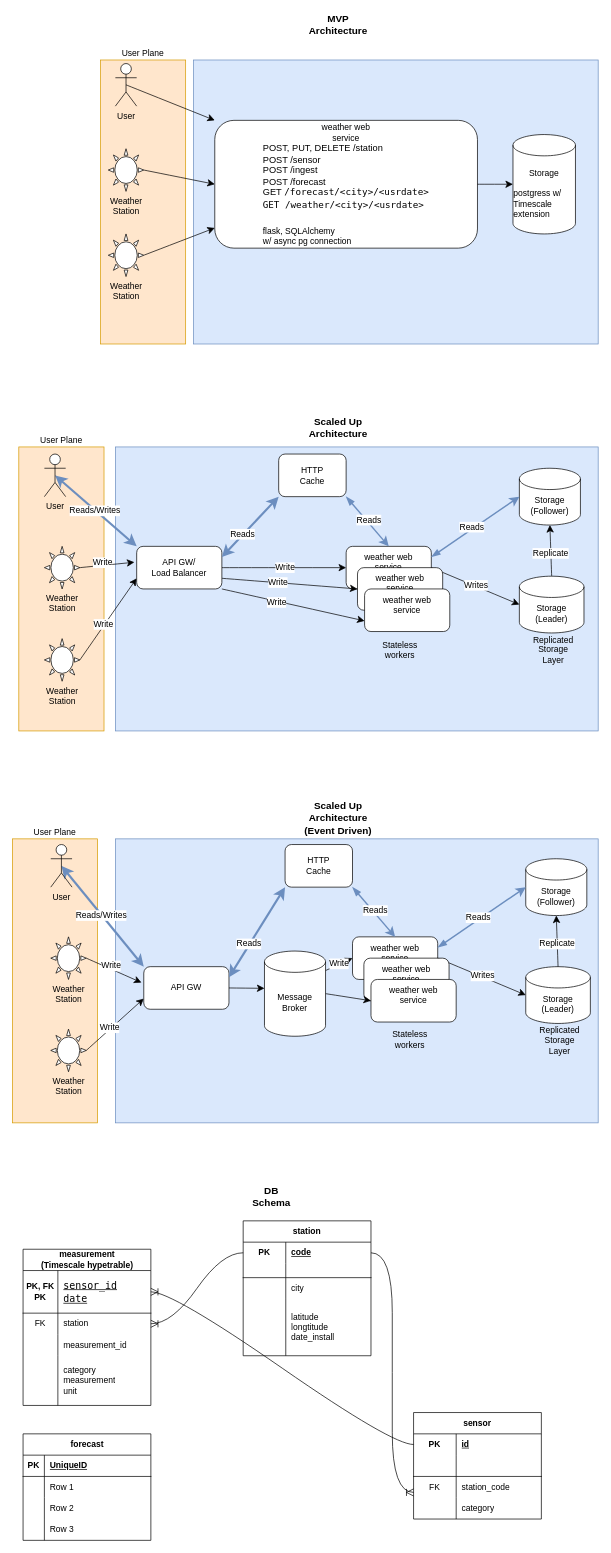
Before: docs/architecture.drawio in zerogvt/weather-station, a draw.io diagram. Source tidied: cells renumbered, new cells numbered last; positions are measured from the earlier drawing's top-left corner, leaving out a move shared by most shapes. Both pictures are drawn from the tidied source at 71%, with x=0, y=0 at pixel (12, 13).
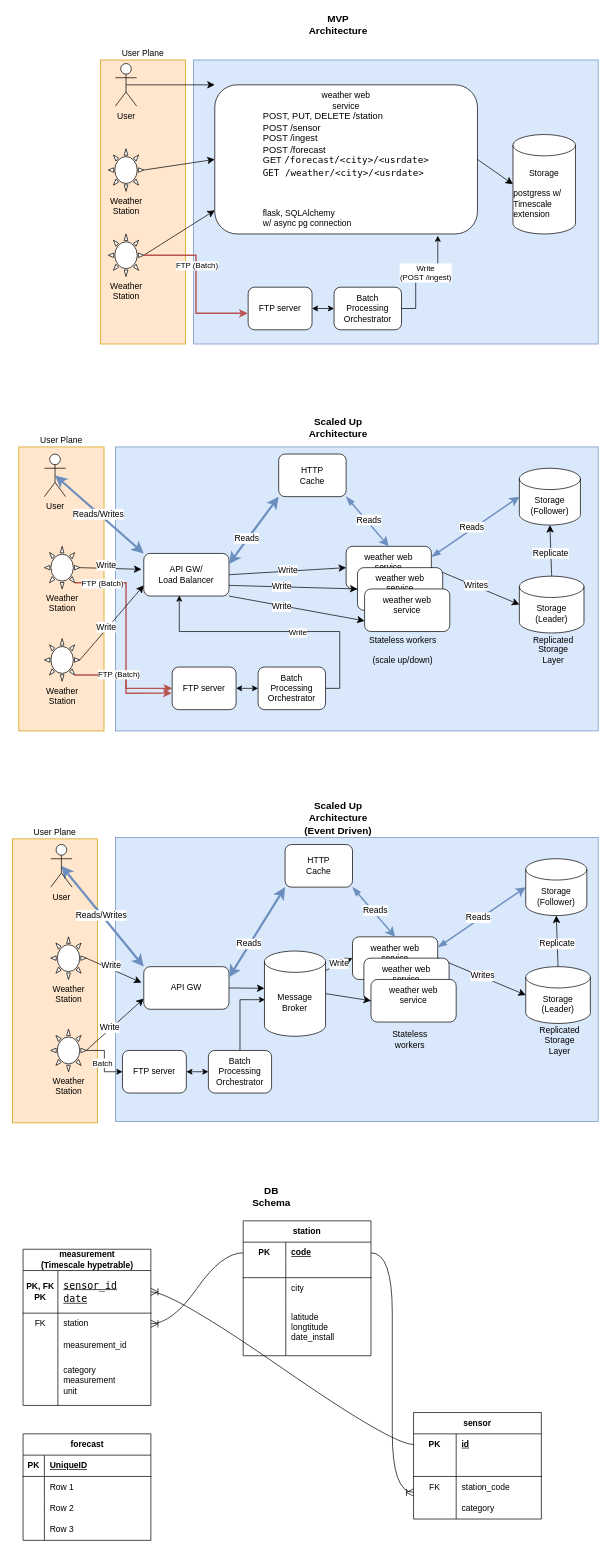
The same page after the edit.

Unchanged cells that the change refers to:
```xml
<mxCell id="16" value="Weather&lt;div&gt;Station&lt;/div&gt;" style="verticalLabelPosition=bottom;verticalAlign=top;html=1;shape=mxgraph.basic.sun;" parent="1" vertex="1">
  <mxGeometry x="135" y="310" width="50" height="60" as="geometry" />
</mxCell>
<mxCell id="27" value="Weather&lt;div&gt;Station&lt;/div&gt;" style="verticalLabelPosition=bottom;verticalAlign=top;html=1;shape=mxgraph.basic.sun;" parent="1" vertex="1">
  <mxGeometry x="45" y="750" width="50" height="60" as="geometry" />
</mxCell>
<mxCell id="30" value="Weather&lt;div&gt;Station&lt;/div&gt;" style="verticalLabelPosition=bottom;verticalAlign=top;html=1;shape=mxgraph.basic.sun;" parent="1" vertex="1">
  <mxGeometry x="45" y="880" width="50" height="60" as="geometry" />
</mxCell>
<mxCell id="65" value="Weather&lt;div&gt;Station&lt;/div&gt;" style="verticalLabelPosition=bottom;verticalAlign=top;html=1;shape=mxgraph.basic.sun;" parent="1" vertex="1">
  <mxGeometry x="54" y="1430" width="50" height="60" as="geometry" />
</mxCell>
<mxCell id="85" value="Message Broker" style="shape=cylinder3;whiteSpace=wrap;html=1;boundedLbl=1;backgroundOutline=1;size=15;" parent="1" vertex="1">
  <mxGeometry x="355" y="1320" width="86" height="120" as="geometry" />
</mxCell>
```

The edit, as a diff of the source:
```diff
@@
+    <mxCell id="6" style="rounded=0;whiteSpace=wrap;html=1;fillColor=#dae8fc;strokeColor=#6c8ebf;" parent="1" vertex="1">
+      <mxGeometry x="145" y="610" width="680" height="400" as="geometry" />
+    </mxCell>
+    <mxCell id="143" style="rounded=0;whiteSpace=wrap;html=1;fillColor=#dae8fc;strokeColor=#6c8ebf;" parent="1" vertex="1">
+      <mxGeometry x="145" y="1160" width="680" height="400" as="geometry" />
+    </mxCell>
+    <mxCell id="7" value="User Plane" style="rounded=0;whiteSpace=wrap;html=1;labelPosition=center;verticalLabelPosition=top;align=center;verticalAlign=bottom;fillColor=#ffe6cc;strokeColor=#d79b00;" parent="1" vertex="1">
+      <mxGeometry x="9" y="610" width="120" height="400" as="geometry" />
+    </mxCell>
@@
-    <mxCell id="3" style="rounded=0;whiteSpace=wrap;html=1;fillColor=#dae8fc;strokeColor=#6c8ebf;" parent="1" vertex="1">
-      <mxGeometry x="145" y="1162" width="680" height="400" as="geometry" />
-    </mxCell>
@@
-    <mxCell id="6" style="rounded=0;whiteSpace=wrap;html=1;fillColor=#dae8fc;strokeColor=#6c8ebf;" parent="1" vertex="1">
-      <mxGeometry x="145" y="610" width="680" height="400" as="geometry" />
-    </mxCell>
-    <mxCell id="7" value="User Plane" style="rounded=0;whiteSpace=wrap;html=1;labelPosition=center;verticalLabelPosition=top;align=center;verticalAlign=bottom;fillColor=#ffe6cc;strokeColor=#d79b00;" parent="1" vertex="1">
-      <mxGeometry x="9" y="610" width="120" height="400" as="geometry" />
-    </mxCell>
@@
-    <mxCell id="9" value="&lt;font style=&quot;color: rgb(0, 0, 0);&quot;&gt;weather web&lt;/font&gt;&lt;div&gt;&lt;font style=&quot;color: rgb(0, 0, 0);&quot;&gt;service&lt;br&gt;&lt;/font&gt;&lt;div style=&quot;text-align: left;&quot;&gt;&lt;font style=&quot;font-size: 13px; color: rgb(0, 0, 0);&quot;&gt;POST, PUT, DELETE /station&lt;/font&gt;&lt;/div&gt;&lt;div style=&quot;text-align: left;&quot;&gt;&lt;font style=&quot;font-size: 13px; color: rgb(0, 0, 0);&quot;&gt;POST /sensor&lt;/font&gt;&lt;/div&gt;&lt;div style=&quot;text-align: left;&quot;&gt;&lt;font style=&quot;font-size: 13px; color: rgb(0, 0, 0);&quot;&gt;POST /ingest&lt;/font&gt;&lt;/div&gt;&lt;/div&gt;&lt;div style=&quot;text-align: left;&quot;&gt;&lt;font style=&quot;font-size: 13px; color: rgb(0, 0, 0);&quot;&gt;POST /forecast&lt;/font&gt;&lt;/div&gt;&lt;div style=&quot;text-align: left;&quot;&gt;&lt;font style=&quot;font-size: 13px;&quot;&gt;GET&amp;nbsp;&lt;span style=&quot;background-color: rgb(255, 255, 255); font-family: &amp;quot;Droid Sans Mono&amp;quot;, &amp;quot;monospace&amp;quot;, monospace; white-space: pre;&quot;&gt;/forecast/&amp;lt;city&amp;gt;/&amp;lt;usrdate&amp;gt;&lt;/span&gt;&lt;/font&gt;&lt;/div&gt;&lt;div&gt;&lt;span style=&quot;background-color: rgb(255, 255, 255); font-family: &amp;quot;Droid Sans Mono&amp;quot;, &amp;quot;monospace&amp;quot;, monospace; white-space: pre;&quot;&gt;&lt;div style=&quot;text-align: left; line-height: 19px;&quot;&gt;&lt;font style=&quot;font-size: 13px; color: rgb(0, 0, 0);&quot;&gt;GET /weather/&amp;lt;city&amp;gt;/&amp;lt;usrdate&amp;gt;&lt;/font&gt;&lt;/div&gt;&lt;div style=&quot;color: rgb(0, 0, 0); text-align: left; line-height: 19px;&quot;&gt;&lt;span style=&quot;color: rgb(163, 21, 21);&quot;&gt;&lt;br&gt;&lt;/span&gt;&lt;/div&gt;&lt;/span&gt;&lt;/div&gt;&lt;div style=&quot;text-align: left;&quot;&gt;flask, SQLAlchemy&amp;nbsp;&lt;/div&gt;&lt;div style=&quot;text-align: left;&quot;&gt;w/ async pg connection&lt;/div&gt;" style="rounded=1;whiteSpace=wrap;html=1;" parent="1" vertex="1">
-      <mxGeometry x="285" y="150" width="370" height="180" as="geometry" />
+    <mxCell id="9" value="&lt;font style=&quot;color: rgb(0, 0, 0);&quot;&gt;weather web&lt;/font&gt;&lt;div&gt;&lt;font style=&quot;color: rgb(0, 0, 0);&quot;&gt;service&lt;br&gt;&lt;/font&gt;&lt;div style=&quot;text-align: left;&quot;&gt;&lt;font style=&quot;font-size: 13px; color: rgb(0, 0, 0);&quot;&gt;POST, PUT, DELETE /station&lt;/font&gt;&lt;/div&gt;&lt;div style=&quot;text-align: left;&quot;&gt;&lt;font style=&quot;font-size: 13px; color: rgb(0, 0, 0);&quot;&gt;POST /sensor&lt;/font&gt;&lt;/div&gt;&lt;div style=&quot;text-align: left;&quot;&gt;&lt;font style=&quot;font-size: 13px; color: rgb(0, 0, 0);&quot;&gt;POST /ingest&lt;/font&gt;&lt;/div&gt;&lt;/div&gt;&lt;div style=&quot;text-align: left;&quot;&gt;&lt;span style=&quot;color: light-dark(rgb(0, 0, 0), rgb(237, 237, 237)); font-size: 13px; background-color: transparent;&quot;&gt;POST /forecast&lt;/span&gt;&lt;/div&gt;&lt;div style=&quot;text-align: left;&quot;&gt;&lt;font style=&quot;font-size: 13px;&quot;&gt;GET&amp;nbsp;&lt;span style=&quot;background-color: rgb(255, 255, 255); font-family: &amp;quot;Droid Sans Mono&amp;quot;, &amp;quot;monospace&amp;quot;, monospace; white-space: pre;&quot;&gt;/forecast/&amp;lt;city&amp;gt;/&amp;lt;usrdate&amp;gt;&lt;/span&gt;&lt;/font&gt;&lt;/div&gt;&lt;div&gt;&lt;span style=&quot;background-color: rgb(255, 255, 255); font-family: &amp;quot;Droid Sans Mono&amp;quot;, &amp;quot;monospace&amp;quot;, monospace; white-space: pre;&quot;&gt;&lt;div style=&quot;text-align: left; line-height: 19px;&quot;&gt;&lt;font style=&quot;font-size: 13px; color: rgb(0, 0, 0);&quot;&gt;GET /weather/&amp;lt;city&amp;gt;/&amp;lt;usrdate&amp;gt;&lt;/font&gt;&lt;/div&gt;&lt;div style=&quot;text-align: left; line-height: 19px;&quot;&gt;&lt;font style=&quot;font-size: 13px; color: rgb(0, 0, 0);&quot;&gt;&lt;br&gt;&lt;/font&gt;&lt;/div&gt;&lt;div style=&quot;color: rgb(0, 0, 0); text-align: left; line-height: 19px;&quot;&gt;&lt;span style=&quot;color: rgb(163, 21, 21);&quot;&gt;&lt;br&gt;&lt;/span&gt;&lt;/div&gt;&lt;/span&gt;&lt;/div&gt;&lt;div style=&quot;text-align: left;&quot;&gt;flask, SQLAlchemy&amp;nbsp;&lt;/div&gt;&lt;div style=&quot;text-align: left;&quot;&gt;w/ async pg connection&lt;/div&gt;" style="rounded=1;whiteSpace=wrap;html=1;" parent="1" vertex="1">
+      <mxGeometry x="285" y="100" width="370" height="210" as="geometry" />
     </mxCell>
@@
+    <mxCell id="144" style="edgeStyle=orthogonalEdgeStyle;rounded=0;jettySize=auto;html=1;exitX=0.855;exitY=0.855;exitDx=0;exitDy=0;exitPerimeter=0;entryX=0;entryY=0.5;entryDx=0;entryDy=0;fillColor=#f8cecc;strokeColor=#b85450;strokeWidth=2;" parent="1" edge="1" source="27" target="147">
+      <mxGeometry relative="1" as="geometry" />
+    </mxCell>
+    <mxCell id="145" value="FTP (Batch)" style="edgeLabel;html=1;align=center;verticalAlign=middle;" parent="144" vertex="1">
+      <mxGeometry x="-0.73" y="-1" relative="1" as="geometry" />
+    </mxCell>
@@
     <mxCell id="39" value="API GW/&lt;div&gt;Load Balancer&lt;/div&gt;" style="rounded=1;whiteSpace=wrap;html=1;" parent="1" vertex="1">
-      <mxGeometry x="175" y="750" width="120" height="60" as="geometry" />
+      <mxGeometry x="185" y="760" width="120" height="60" as="geometry" />
     </mxCell>
-    <mxCell id="40" value="Stateless workers" style="text;html=1;align=center;verticalAlign=middle;whiteSpace=wrap;rounded=0;" parent="1" vertex="1">
-      <mxGeometry x="516" y="881" width="60" height="30" as="geometry" />
+    <mxCell id="40" value="Stateless workers&lt;div&gt;&lt;br&gt;&lt;/div&gt;&lt;div&gt;(scale up/down)&lt;/div&gt;" style="text;html=1;align=center;verticalAlign=middle;whiteSpace=wrap;rounded=0;" parent="1" vertex="1">
+      <mxGeometry x="475" y="881" width="150" height="30" as="geometry" />
     </mxCell>
@@
+    <mxCell id="146" style="edgeStyle=orthogonalEdgeStyle;rounded=0;jettySize=auto;html=1;exitX=1;exitY=0.5;exitDx=0;exitDy=0;entryX=0;entryY=0.5;entryDx=0;entryDy=0;startArrow=classic;startFill=1;" parent="1" edge="1" source="147" target="152">
+      <mxGeometry relative="1" as="geometry" />
+    </mxCell>
+    <mxCell id="147" value="FTP server" style="rounded=1;whiteSpace=wrap;html=1;" parent="1" vertex="1">
+      <mxGeometry x="225" y="920" width="90" height="60" as="geometry" />
+    </mxCell>
+    <mxCell id="148" style="edgeStyle=orthogonalEdgeStyle;rounded=0;jettySize=auto;html=1;exitX=0.855;exitY=0.855;exitDx=0;exitDy=0;exitPerimeter=0;entryX=-0.008;entryY=0.613;entryDx=0;entryDy=0;entryPerimeter=0;fillColor=#f8cecc;strokeColor=#b85450;strokeWidth=2;" parent="1" edge="1" source="30" target="147">
+      <mxGeometry relative="1" as="geometry" />
+    </mxCell>
+    <mxCell id="149" value="FTP (Batch)" style="edgeLabel;html=1;align=center;verticalAlign=middle;" parent="148" vertex="1">
+      <mxGeometry x="-0.23" y="1" relative="1" as="geometry" />
+    </mxCell>
+    <mxCell id="150" style="edgeStyle=orthogonalEdgeStyle;rounded=0;jettySize=auto;html=1;exitX=1;exitY=0.5;exitDx=0;exitDy=0;entryX=0.417;entryY=0.989;entryDx=0;entryDy=0;entryPerimeter=0;" parent="1" edge="1" source="152" target="39">
+      <mxGeometry relative="1" as="geometry" />
+    </mxCell>
+    <mxCell id="151" value="Write" style="edgeLabel;html=1;align=center;verticalAlign=middle;" parent="150" vertex="1">
+      <mxGeometry x="-0.15" y="1" relative="1" as="geometry" />
+    </mxCell>
+    <mxCell id="152" value="Batch Processing Orchestrator" style="rounded=1;whiteSpace=wrap;html=1;" parent="1" vertex="1">
+      <mxGeometry x="346" y="920" width="95" height="60" as="geometry" />
+    </mxCell>
+    <mxCell id="153" value="FTP server" style="rounded=1;whiteSpace=wrap;html=1;" parent="1" vertex="1">
+      <mxGeometry x="155" y="1460" width="90" height="60" as="geometry" />
+    </mxCell>
+    <mxCell id="154" value="Batch Processing Orchestrator" style="rounded=1;whiteSpace=wrap;html=1;" parent="1" vertex="1">
+      <mxGeometry x="276" y="1460" width="89" height="60" as="geometry" />
+    </mxCell>
+    <mxCell id="155" style="edgeStyle=orthogonalEdgeStyle;rounded=0;orthogonalLoop=1;jettySize=auto;html=1;exitX=1;exitY=0.5;exitDx=0;exitDy=0;entryX=0;entryY=0.5;entryDx=0;entryDy=0;startArrow=classic;startFill=1;" parent="1" edge="1">
+      <mxGeometry relative="1" as="geometry">
+        <mxPoint x="245" y="1490" as="sourcePoint" />
+        <mxPoint x="276" y="1490" as="targetPoint" />
+      </mxGeometry>
+    </mxCell>
+    <mxCell id="156" style="edgeStyle=orthogonalEdgeStyle;rounded=0;jettySize=auto;html=1;exitX=0.5;exitY=0;exitDx=0;exitDy=0;entryX=0.008;entryY=0.571;entryDx=0;entryDy=0;entryPerimeter=0;" parent="1" edge="1" source="154" target="85">
+      <mxGeometry relative="1" as="geometry" />
+    </mxCell>
+    <mxCell id="157" style="edgeStyle=orthogonalEdgeStyle;rounded=0;jettySize=auto;html=1;exitX=0;exitY=0.5;exitDx=0;exitDy=0;entryX=1;entryY=0.5;entryDx=0;entryDy=0;entryPerimeter=0;startArrow=classic;startFill=1;endArrow=none;endFill=0;" parent="1" edge="1" source="153" target="65">
+      <mxGeometry relative="1" as="geometry" />
+    </mxCell>
+    <mxCell id="158" value="Batch" style="edgeLabel;html=1;align=center;verticalAlign=middle;" parent="157" vertex="1">
+      <mxGeometry x="-0.07" y="3" relative="1" as="geometry" />
+    </mxCell>
+    <mxCell id="159" style="edgeStyle=orthogonalEdgeStyle;rounded=0;jettySize=auto;html=1;exitX=1;exitY=0.5;exitDx=0;exitDy=0;entryX=0;entryY=0.5;entryDx=0;entryDy=0;startArrow=classic;startFill=1;" parent="1" edge="1" source="160" target="165">
+      <mxGeometry relative="1" as="geometry" />
+    </mxCell>
+    <mxCell id="160" value="FTP server" style="rounded=1;whiteSpace=wrap;html=1;" parent="1" vertex="1">
+      <mxGeometry x="332" y="385" width="90" height="60" as="geometry" />
+    </mxCell>
+    <mxCell id="161" style="edgeStyle=orthogonalEdgeStyle;rounded=0;jettySize=auto;html=1;entryX=-0.008;entryY=0.613;entryDx=0;entryDy=0;entryPerimeter=0;fillColor=#f8cecc;strokeColor=#b85450;strokeWidth=2;" parent="1" edge="1" source="16" target="160">
+      <mxGeometry relative="1" as="geometry" />
+    </mxCell>
+    <mxCell id="162" value="FTP (Batch)" style="edgeLabel;html=1;align=center;verticalAlign=middle;" parent="161" vertex="1">
+      <mxGeometry x="-0.23" y="1" relative="1" as="geometry" />
+    </mxCell>
+    <mxCell id="163" style="edgeStyle=orthogonalEdgeStyle;rounded=0;jettySize=auto;html=1;exitX=1;exitY=0.5;exitDx=0;exitDy=0;entryX=0.849;entryY=1.012;entryDx=0;entryDy=0;entryPerimeter=0;" parent="1" edge="1" source="165" target="9">
+      <mxGeometry relative="1" as="geometry">
+        <Array as="points">
+          <mxPoint x="568" y="415" />
+          <mxPoint x="568" y="365" />
+          <mxPoint x="615" y="365" />
+          <mxPoint x="615" y="370" />
+          <mxPoint x="599" y="370" />
+        </Array>
+      </mxGeometry>
+    </mxCell>
+    <mxCell id="164" value="Write&lt;div&gt;(POST /ingest)&lt;/div&gt;" style="edgeLabel;html=1;align=center;verticalAlign=middle;" parent="163" vertex="1">
+      <mxGeometry x="-0.15" y="1" relative="1" as="geometry" />
+    </mxCell>
+    <mxCell id="165" value="Batch Processing Orchestrator" style="rounded=1;whiteSpace=wrap;html=1;" parent="1" vertex="1">
+      <mxGeometry x="453" y="385" width="95" height="60" as="geometry" />
+    </mxCell>
```
